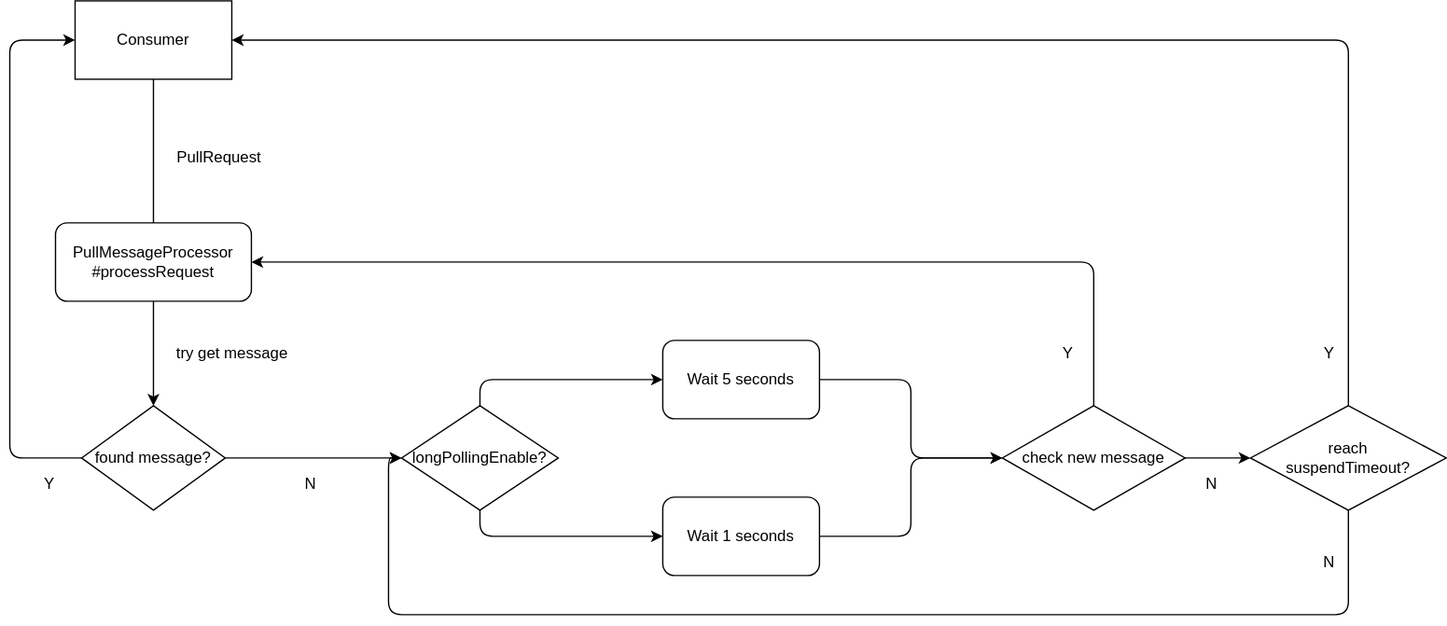
Earlier version of the draw.io export rocketmq/consume/long_polling_activity.drawio.svg (HScarb/drawio-diagrams). Source tidied: cells renumbered, new cells last; positions are measured from the earlier drawing's top-left corner, leaving out a move shared by most shapes. Source of this version:
```xml
<mxGraphModel>
  <root>
    <mxCell id="0" />
    <mxCell id="1" parent="0" />
    <mxCell id="2" style="edgeStyle=none;html=1;entryX=0.5;entryY=0;entryDx=0;entryDy=0;" parent="1" edge="1" source="3">
      <mxGeometry relative="1" as="geometry">
        <mxPoint x="110" y="200" as="targetPoint" />
      </mxGeometry>
    </mxCell>
    <mxCell id="3" value="Consumer" style="rounded=0;whiteSpace=wrap;html=1;" parent="1" vertex="1">
      <mxGeometry x="50" width="120" height="60" as="geometry" />
    </mxCell>
    <mxCell id="4" value="PullRequest" style="text;html=1;align=center;verticalAlign=middle;strokeColor=none;" parent="1" vertex="1">
      <mxGeometry x="120" y="110" width="80" height="20" as="geometry" />
    </mxCell>
    <mxCell id="5" style="edgeStyle=orthogonalEdgeStyle;html=1;entryX=0.5;entryY=0;entryDx=0;entryDy=0;exitX=0.5;exitY=1;exitDx=0;exitDy=0;" parent="1" edge="1" source="15" target="8">
      <mxGeometry relative="1" as="geometry" />
    </mxCell>
    <mxCell id="6" style="edgeStyle=orthogonalEdgeStyle;html=1;exitX=0;exitY=0.5;exitDx=0;exitDy=0;entryX=0;entryY=0.5;entryDx=0;entryDy=0;" parent="1" edge="1" source="8" target="3">
      <mxGeometry relative="1" as="geometry">
        <Array as="points">
          <mxPoint y="350" />
          <mxPoint y="30" />
        </Array>
      </mxGeometry>
    </mxCell>
    <mxCell id="7" style="edgeStyle=orthogonalEdgeStyle;html=1;exitX=1;exitY=0.5;exitDx=0;exitDy=0;entryX=0;entryY=0.5;entryDx=0;entryDy=0;" parent="1" edge="1" source="8" target="14">
      <mxGeometry relative="1" as="geometry" />
    </mxCell>
    <mxCell id="8" value="found message?" style="rhombus;whiteSpace=wrap;html=1;" parent="1" vertex="1">
      <mxGeometry x="55" y="310" width="110" height="80" as="geometry" />
    </mxCell>
    <mxCell id="9" value="N" style="text;html=1;align=center;verticalAlign=middle;strokeColor=none;" parent="1" vertex="1">
      <mxGeometry x="220" y="360" width="20" height="20" as="geometry" />
    </mxCell>
    <mxCell id="10" value="try get message" style="text;html=1;align=center;verticalAlign=middle;strokeColor=none;" parent="1" vertex="1">
      <mxGeometry x="120" y="260" width="100" height="20" as="geometry" />
    </mxCell>
    <mxCell id="11" value="Y" style="text;html=1;align=center;verticalAlign=middle;strokeColor=none;" parent="1" vertex="1">
      <mxGeometry x="20" y="360" width="20" height="20" as="geometry" />
    </mxCell>
    <mxCell id="12" style="edgeStyle=orthogonalEdgeStyle;html=1;exitX=0.5;exitY=0;exitDx=0;exitDy=0;entryX=0;entryY=0.5;entryDx=0;entryDy=0;" parent="1" edge="1" source="14" target="17">
      <mxGeometry relative="1" as="geometry" />
    </mxCell>
    <mxCell id="13" style="edgeStyle=orthogonalEdgeStyle;html=1;exitX=0.5;exitY=1;exitDx=0;exitDy=0;entryX=0;entryY=0.5;entryDx=0;entryDy=0;" parent="1" edge="1" source="14" target="19">
      <mxGeometry relative="1" as="geometry" />
    </mxCell>
    <mxCell id="14" value="longPollingEnable?" style="rhombus;whiteSpace=wrap;html=1;" parent="1" vertex="1">
      <mxGeometry x="300" y="310" width="120" height="80" as="geometry" />
    </mxCell>
    <mxCell id="15" value="&lt;span&gt;PullMessageProcessor&lt;/span&gt;&lt;br&gt;&lt;span&gt;#processRequest&lt;/span&gt;" style="rounded=1;whiteSpace=wrap;html=1;" parent="1" vertex="1">
      <mxGeometry x="35" y="170" width="150" height="60" as="geometry" />
    </mxCell>
    <mxCell id="16" style="edgeStyle=orthogonalEdgeStyle;html=1;exitX=1;exitY=0.5;exitDx=0;exitDy=0;entryX=0;entryY=0.5;entryDx=0;entryDy=0;" parent="1" edge="1" source="17" target="22">
      <mxGeometry relative="1" as="geometry" />
    </mxCell>
    <mxCell id="17" value="Wait 5 seconds" style="rounded=1;whiteSpace=wrap;html=1;" parent="1" vertex="1">
      <mxGeometry x="500" y="260" width="120" height="60" as="geometry" />
    </mxCell>
    <mxCell id="18" style="edgeStyle=orthogonalEdgeStyle;html=1;exitX=1;exitY=0.5;exitDx=0;exitDy=0;entryX=0;entryY=0.5;entryDx=0;entryDy=0;" parent="1" edge="1" source="19" target="22">
      <mxGeometry relative="1" as="geometry" />
    </mxCell>
    <mxCell id="19" value="Wait 1 seconds" style="rounded=1;whiteSpace=wrap;html=1;" parent="1" vertex="1">
      <mxGeometry x="500" y="380" width="120" height="60" as="geometry" />
    </mxCell>
    <mxCell id="20" style="edgeStyle=orthogonalEdgeStyle;html=1;entryX=1;entryY=0.5;entryDx=0;entryDy=0;" parent="1" edge="1" source="22" target="15">
      <mxGeometry relative="1" as="geometry">
        <Array as="points">
          <mxPoint x="830" y="200" />
        </Array>
      </mxGeometry>
    </mxCell>
    <mxCell id="21" style="edgeStyle=orthogonalEdgeStyle;html=1;entryX=0;entryY=0.5;entryDx=0;entryDy=0;exitX=1;exitY=0.5;exitDx=0;exitDy=0;" parent="1" edge="1" source="22" target="27">
      <mxGeometry relative="1" as="geometry" />
    </mxCell>
    <mxCell id="22" value="check new message" style="rhombus;whiteSpace=wrap;html=1;rounded=0;shadow=0;sketch=0;gradientDirection=south;" parent="1" vertex="1">
      <mxGeometry x="760" y="310" width="140" height="80" as="geometry" />
    </mxCell>
    <mxCell id="23" value="Y" style="text;html=1;align=center;verticalAlign=middle;strokeColor=none;" parent="1" vertex="1">
      <mxGeometry x="800" y="260" width="20" height="20" as="geometry" />
    </mxCell>
    <mxCell id="24" value="N" style="text;html=1;align=center;verticalAlign=middle;strokeColor=none;" parent="1" vertex="1">
      <mxGeometry x="910" y="360" width="20" height="20" as="geometry" />
    </mxCell>
    <mxCell id="25" style="edgeStyle=orthogonalEdgeStyle;html=1;entryX=0;entryY=0.5;entryDx=0;entryDy=0;exitX=0.5;exitY=1;exitDx=0;exitDy=0;" parent="1" edge="1" source="27" target="14">
      <mxGeometry relative="1" as="geometry">
        <Array as="points">
          <mxPoint x="1025" y="470" />
          <mxPoint x="290" y="470" />
          <mxPoint x="290" y="350" />
        </Array>
      </mxGeometry>
    </mxCell>
    <mxCell id="26" style="edgeStyle=orthogonalEdgeStyle;html=1;exitX=0.5;exitY=0;exitDx=0;exitDy=0;entryX=1;entryY=0.5;entryDx=0;entryDy=0;" parent="1" edge="1" source="27" target="3">
      <mxGeometry relative="1" as="geometry" />
    </mxCell>
    <mxCell id="27" value="reach&lt;br&gt;suspendTimeout?" style="rhombus;whiteSpace=wrap;html=1;rounded=0;shadow=0;sketch=0;gradientDirection=south;" parent="1" vertex="1">
      <mxGeometry x="950" y="310" width="150" height="80" as="geometry" />
    </mxCell>
    <mxCell id="28" value="N" style="text;html=1;align=center;verticalAlign=middle;strokeColor=none;" parent="1" vertex="1">
      <mxGeometry x="1000" y="420" width="20" height="20" as="geometry" />
    </mxCell>
    <mxCell id="29" value="Y" style="text;html=1;align=center;verticalAlign=middle;strokeColor=none;" parent="1" vertex="1">
      <mxGeometry x="1000" y="260" width="20" height="20" as="geometry" />
    </mxCell>
  </root>
</mxGraphModel>
```
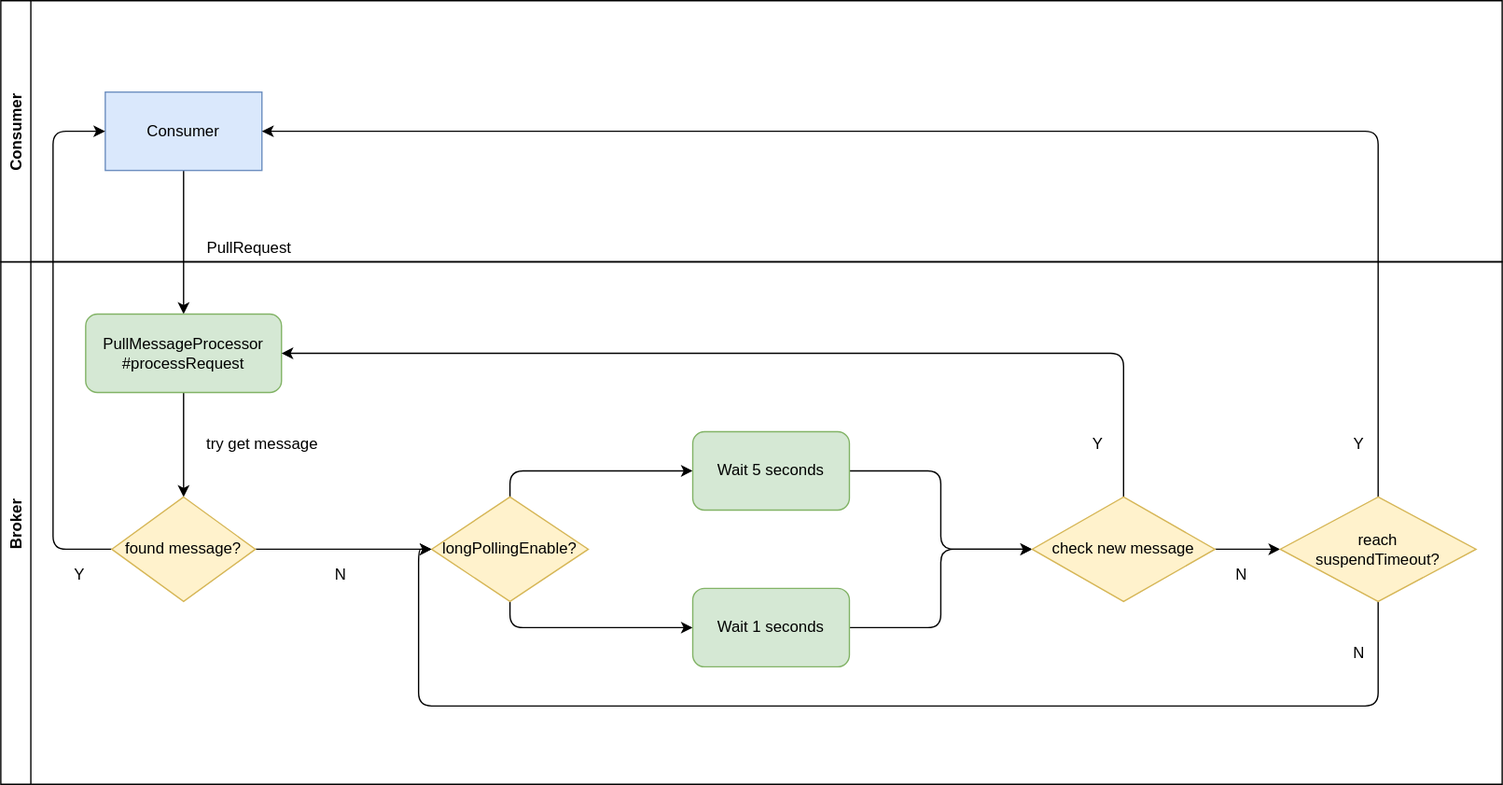
Above is the later version.

The edit, as a diff of the source:
```diff
@@ -2,12 +2,10 @@
   <root>
     <mxCell id="0" />
     <mxCell id="1" parent="0" />
-    <mxCell id="2" style="edgeStyle=none;html=1;entryX=0.5;entryY=0;entryDx=0;entryDy=0;" parent="1" edge="1" source="3">
-      <mxGeometry relative="1" as="geometry">
-        <mxPoint x="110" y="200" as="targetPoint" />
-      </mxGeometry>
+    <mxCell id="2" style="edgeStyle=none;html=1;entryX=0.5;entryY=0;entryDx=0;entryDy=0;" parent="1" edge="1" source="3" target="15">
+      <mxGeometry relative="1" as="geometry" />
     </mxCell>
-    <mxCell id="3" value="Consumer" style="rounded=0;whiteSpace=wrap;html=1;" parent="1" vertex="1">
+    <mxCell id="3" value="Consumer" style="rounded=0;whiteSpace=wrap;html=1;fillColor=#dae8fc;strokeColor=#6c8ebf;" parent="1" vertex="1">
       <mxGeometry x="50" width="120" height="60" as="geometry" />
     </mxCell>
     <mxCell id="4" value="PullRequest" style="text;html=1;align=center;verticalAlign=middle;strokeColor=none;" parent="1" vertex="1">
@@ -19,15 +17,15 @@
     <mxCell id="6" style="edgeStyle=orthogonalEdgeStyle;html=1;exitX=0;exitY=0.5;exitDx=0;exitDy=0;entryX=0;entryY=0.5;entryDx=0;entryDy=0;" parent="1" edge="1" source="8" target="3">
       <mxGeometry relative="1" as="geometry">
         <Array as="points">
-          <mxPoint y="350" />
-          <mxPoint y="30" />
+          <mxPoint x="10" y="350" />
+          <mxPoint x="10" y="30" />
         </Array>
       </mxGeometry>
     </mxCell>
     <mxCell id="7" style="edgeStyle=orthogonalEdgeStyle;html=1;exitX=1;exitY=0.5;exitDx=0;exitDy=0;entryX=0;entryY=0.5;entryDx=0;entryDy=0;" parent="1" edge="1" source="8" target="14">
       <mxGeometry relative="1" as="geometry" />
     </mxCell>
-    <mxCell id="8" value="found message?" style="rhombus;whiteSpace=wrap;html=1;" parent="1" vertex="1">
+    <mxCell id="8" value="found message?" style="rhombus;whiteSpace=wrap;html=1;fillColor=#fff2cc;strokeColor=#d6b656;" parent="1" vertex="1">
       <mxGeometry x="55" y="310" width="110" height="80" as="geometry" />
     </mxCell>
     <mxCell id="9" value="N" style="text;html=1;align=center;verticalAlign=middle;strokeColor=none;" parent="1" vertex="1">
@@ -45,26 +43,27 @@
     <mxCell id="13" style="edgeStyle=orthogonalEdgeStyle;html=1;exitX=0.5;exitY=1;exitDx=0;exitDy=0;entryX=0;entryY=0.5;entryDx=0;entryDy=0;" parent="1" edge="1" source="14" target="19">
       <mxGeometry relative="1" as="geometry" />
     </mxCell>
-    <mxCell id="14" value="longPollingEnable?" style="rhombus;whiteSpace=wrap;html=1;" parent="1" vertex="1">
+    <mxCell id="14" value="longPollingEnable?" style="rhombus;whiteSpace=wrap;html=1;fillColor=#fff2cc;strokeColor=#d6b656;" parent="1" vertex="1">
       <mxGeometry x="300" y="310" width="120" height="80" as="geometry" />
     </mxCell>
-    <mxCell id="15" value="&lt;span&gt;PullMessageProcessor&lt;/span&gt;&lt;br&gt;&lt;span&gt;#processRequest&lt;/span&gt;" style="rounded=1;whiteSpace=wrap;html=1;" parent="1" vertex="1">
+    <mxCell id="15" value="&lt;span&gt;PullMessageProcessor&lt;/span&gt;&lt;br&gt;&lt;span&gt;#processRequest&lt;/span&gt;" style="rounded=1;whiteSpace=wrap;html=1;fillColor=#d5e8d4;strokeColor=#82b366;" parent="1" vertex="1">
       <mxGeometry x="35" y="170" width="150" height="60" as="geometry" />
     </mxCell>
     <mxCell id="16" style="edgeStyle=orthogonalEdgeStyle;html=1;exitX=1;exitY=0.5;exitDx=0;exitDy=0;entryX=0;entryY=0.5;entryDx=0;entryDy=0;" parent="1" edge="1" source="17" target="22">
       <mxGeometry relative="1" as="geometry" />
     </mxCell>
-    <mxCell id="17" value="Wait 5 seconds" style="rounded=1;whiteSpace=wrap;html=1;" parent="1" vertex="1">
+    <mxCell id="17" value="Wait 5 seconds" style="rounded=1;whiteSpace=wrap;html=1;fillColor=#d5e8d4;strokeColor=#82b366;" parent="1" vertex="1">
       <mxGeometry x="500" y="260" width="120" height="60" as="geometry" />
     </mxCell>
     <mxCell id="18" style="edgeStyle=orthogonalEdgeStyle;html=1;exitX=1;exitY=0.5;exitDx=0;exitDy=0;entryX=0;entryY=0.5;entryDx=0;entryDy=0;" parent="1" edge="1" source="19" target="22">
       <mxGeometry relative="1" as="geometry" />
     </mxCell>
-    <mxCell id="19" value="Wait 1 seconds" style="rounded=1;whiteSpace=wrap;html=1;" parent="1" vertex="1">
+    <mxCell id="19" value="Wait 1 seconds" style="rounded=1;whiteSpace=wrap;html=1;fillColor=#d5e8d4;strokeColor=#82b366;" parent="1" vertex="1">
       <mxGeometry x="500" y="380" width="120" height="60" as="geometry" />
     </mxCell>
-    <mxCell id="20" style="edgeStyle=orthogonalEdgeStyle;html=1;entryX=1;entryY=0.5;entryDx=0;entryDy=0;" parent="1" edge="1" source="22" target="15">
+    <mxCell id="20" style="edgeStyle=orthogonalEdgeStyle;html=1;entryX=1;entryY=0.5;entryDx=0;entryDy=0;" parent="1" edge="1" target="15">
       <mxGeometry relative="1" as="geometry">
+        <mxPoint x="830" y="310" as="sourcePoint" />
         <Array as="points">
           <mxPoint x="830" y="200" />
         </Array>
@@ -73,7 +72,7 @@
     <mxCell id="21" style="edgeStyle=orthogonalEdgeStyle;html=1;entryX=0;entryY=0.5;entryDx=0;entryDy=0;exitX=1;exitY=0.5;exitDx=0;exitDy=0;" parent="1" edge="1" source="22" target="27">
       <mxGeometry relative="1" as="geometry" />
     </mxCell>
-    <mxCell id="22" value="check new message" style="rhombus;whiteSpace=wrap;html=1;rounded=0;shadow=0;sketch=0;gradientDirection=south;" parent="1" vertex="1">
+    <mxCell id="22" value="check new message" style="rhombus;whiteSpace=wrap;html=1;rounded=0;shadow=0;sketch=0;gradientDirection=south;fillColor=#fff2cc;strokeColor=#d6b656;" parent="1" vertex="1">
       <mxGeometry x="760" y="310" width="140" height="80" as="geometry" />
     </mxCell>
     <mxCell id="23" value="Y" style="text;html=1;align=center;verticalAlign=middle;strokeColor=none;" parent="1" vertex="1">
@@ -94,7 +93,7 @@
     <mxCell id="26" style="edgeStyle=orthogonalEdgeStyle;html=1;exitX=0.5;exitY=0;exitDx=0;exitDy=0;entryX=1;entryY=0.5;entryDx=0;entryDy=0;" parent="1" edge="1" source="27" target="3">
       <mxGeometry relative="1" as="geometry" />
     </mxCell>
-    <mxCell id="27" value="reach&lt;br&gt;suspendTimeout?" style="rhombus;whiteSpace=wrap;html=1;rounded=0;shadow=0;sketch=0;gradientDirection=south;" parent="1" vertex="1">
+    <mxCell id="27" value="reach&lt;br&gt;suspendTimeout?" style="rhombus;whiteSpace=wrap;html=1;rounded=0;shadow=0;sketch=0;gradientDirection=south;fillColor=#fff2cc;strokeColor=#d6b656;" parent="1" vertex="1">
       <mxGeometry x="950" y="310" width="150" height="80" as="geometry" />
     </mxCell>
     <mxCell id="28" value="N" style="text;html=1;align=center;verticalAlign=middle;strokeColor=none;" parent="1" vertex="1">
@@ -103,5 +102,11 @@
     <mxCell id="29" value="Y" style="text;html=1;align=center;verticalAlign=middle;strokeColor=none;" parent="1" vertex="1">
       <mxGeometry x="1000" y="260" width="20" height="20" as="geometry" />
     </mxCell>
+    <mxCell id="30" value="Broker" style="swimlane;horizontal=0;rounded=0;shadow=0;sketch=0;gradientDirection=south;" parent="1" vertex="1">
+      <mxGeometry x="-30" y="130" width="1150" height="400" as="geometry" />
+    </mxCell>
+    <mxCell id="31" value="Consumer" style="swimlane;horizontal=0;rounded=0;shadow=0;sketch=0;gradientDirection=south;" parent="1" vertex="1">
+      <mxGeometry x="-30" y="-70" width="1150" height="200" as="geometry" />
+    </mxCell>
   </root>
 </mxGraphModel>
```
